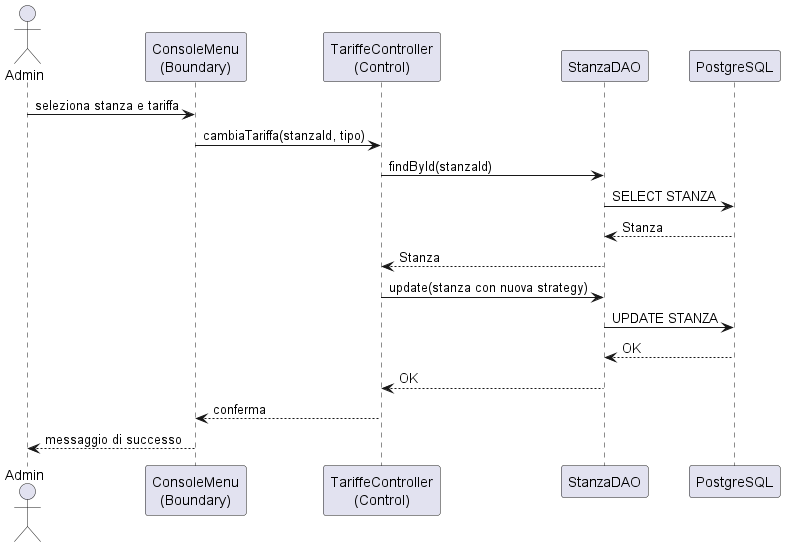
Adrycasta04/EscapeManager keeps this PlantUML diagram as LaTeX/images/sequence_tariffe.png. Above is the earlier version. The source it was exported from:
```plantuml
@startuml sequence_tariffe
actor "Admin" as Admin
participant "ConsoleMenu\n(Boundary)" as UI
participant "TariffeController\n(Control)" as CTRL
participant "StanzaDAO" as DAO
participant "PostgreSQL" as DB

Admin -> UI : seleziona stanza e tariffa
UI -> CTRL : cambiaTariffa(stanzaId, tipo)
CTRL -> DAO : findById(stanzaId)
DAO -> DB : SELECT STANZA
DB --> DAO : Stanza
DAO --> CTRL : Stanza
CTRL -> DAO : update(stanza con nuova strategy)
DAO -> DB : UPDATE STANZA
DB --> DAO : OK
DAO --> CTRL : OK
CTRL --> UI : conferma
UI --> Admin : messaggio di successo

@enduml
```
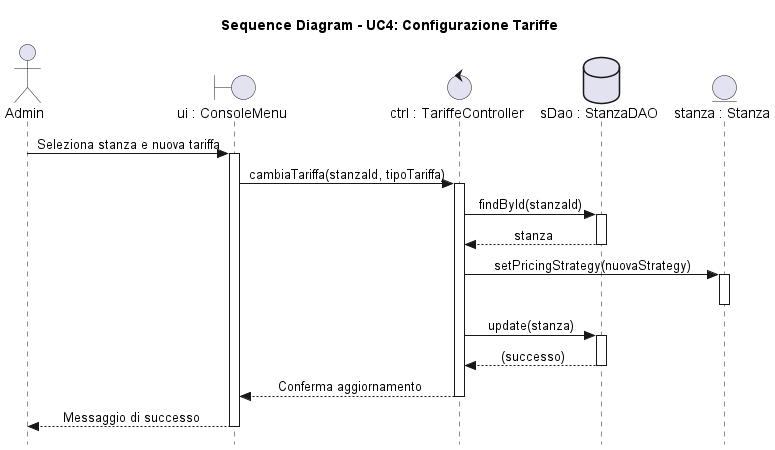
After the change.

What changed in the source:
```diff
@@ -1,21 +1,39 @@
 @startuml sequence_tariffe
-actor "Admin" as Admin
-participant "ConsoleMenu\n(Boundary)" as UI
-participant "TariffeController\n(Control)" as CTRL
-participant "StanzaDAO" as DAO
-participant "PostgreSQL" as DB
+skinparam style strictuml
+skinparam sequenceMessageAlign center
 
-Admin -> UI : seleziona stanza e tariffa
-UI -> CTRL : cambiaTariffa(stanzaId, tipo)
-CTRL -> DAO : findById(stanzaId)
-DAO -> DB : SELECT STANZA
-DB --> DAO : Stanza
-DAO --> CTRL : Stanza
-CTRL -> DAO : update(stanza con nuova strategy)
-DAO -> DB : UPDATE STANZA
-DB --> DAO : OK
-DAO --> CTRL : OK
-CTRL --> UI : conferma
-UI --> Admin : messaggio di successo
+title Sequence Diagram - UC4: Configurazione Tariffe
+
+actor "Admin" as A
+boundary "ui : ConsoleMenu" as UI
+control "ctrl : TariffeController" as CTRL
+database "sDao : StanzaDAO" as SDAO
+entity "stanza : Stanza" as S
+
+A -> UI : Seleziona stanza e nuova tariffa
+activate UI
+
+UI -> CTRL : cambiaTariffa(stanzaId, tipoTariffa)
+activate CTRL
+
+CTRL -> SDAO : findById(stanzaId)
+activate SDAO
+SDAO --> CTRL : stanza
+deactivate SDAO
+
+CTRL -> S : setPricingStrategy(nuovaStrategy)
+activate S
+deactivate S
+
+CTRL -> SDAO : update(stanza)
+activate SDAO
+SDAO --> CTRL : (successo)
+deactivate SDAO
+
+CTRL --> UI : Conferma aggiornamento
+deactivate CTRL
+
+UI --> A : Messaggio di successo
+deactivate UI
 
 @enduml
```
